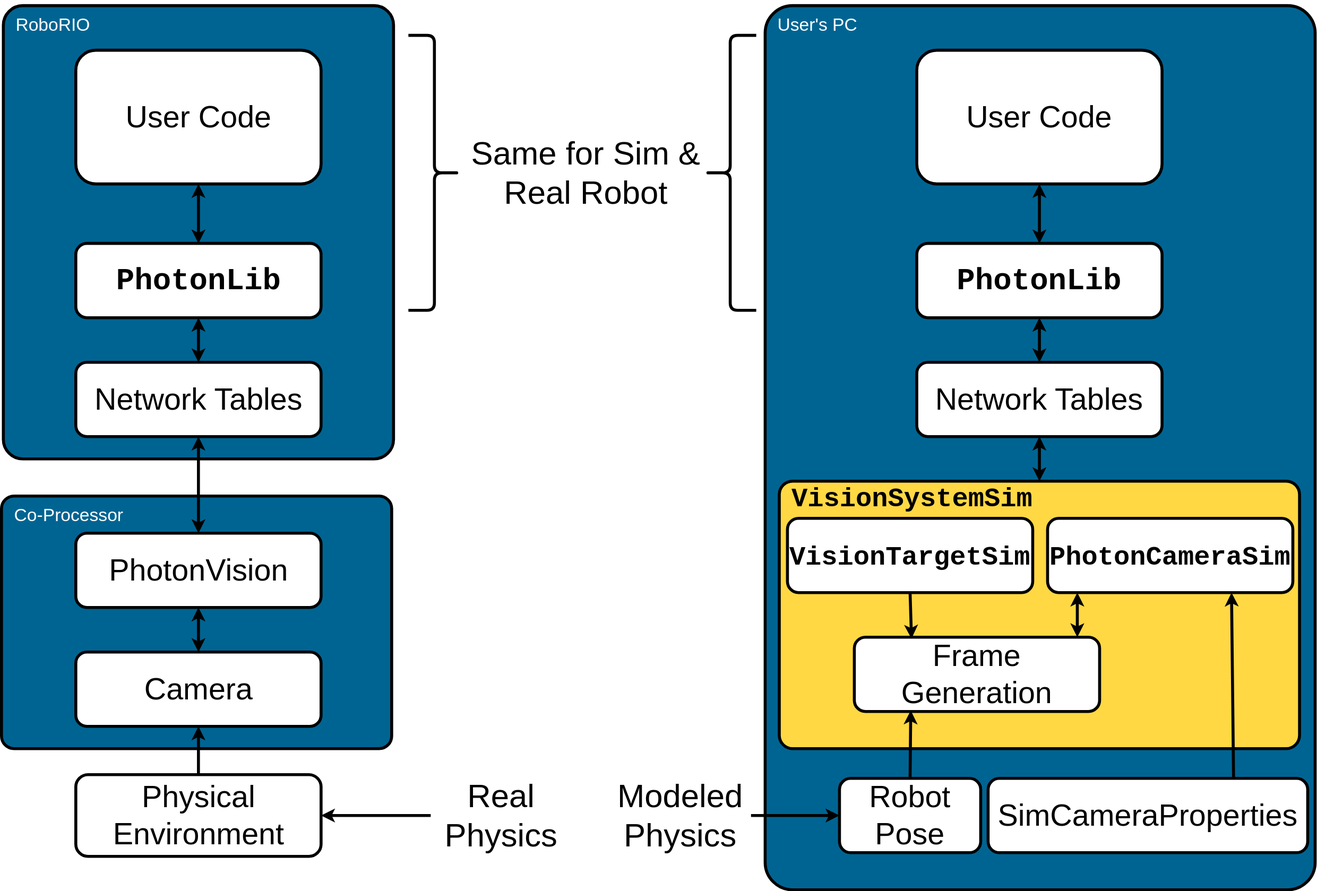
This is source/docs/programming/photonlib/images/SimArchitecture.svg from PhotonVision/photonvision-docs, a draw.io export, as it was before one commit. Source tidied: cells renumbered, new cells last; positions are measured from the earlier drawing's top-left corner, leaving out a move shared by most shapes. The source it was exported from:
```xml
<mxGraphModel background="#ffffff">
  <root>
    <mxCell id="0" />
    <mxCell id="1" parent="0" />
    <mxCell id="2" value="&lt;font style=&quot;font-size: 24px&quot;&gt;User's PC&lt;/font&gt;" style="rounded=1;whiteSpace=wrap;html=1;shadow=0;glass=0;labelBackgroundColor=none;comic=0;sketch=0;strokeWidth=4;fontSize=44;align=left;arcSize=5;labelPosition=center;verticalLabelPosition=middle;verticalAlign=top;spacing=2;spacingLeft=15;spacingTop=-14;fillColor=#006492;fontColor=#FFFFFF;" parent="1" vertex="1">
      <mxGeometry x="1028" width="740" height="1190" as="geometry" />
    </mxCell>
    <mxCell id="3" style="edgeStyle=orthogonalEdgeStyle;rounded=0;jettySize=auto;html=1;" parent="1" edge="1" source="4" target="20">
      <mxGeometry relative="1" as="geometry" />
    </mxCell>
    <mxCell id="4" value="&lt;b&gt;&lt;font style=&quot;font-size: 36px;&quot; face=&quot;Courier New&quot;&gt;VisionSystemSim&lt;/font&gt;&lt;/b&gt;" style="rounded=1;whiteSpace=wrap;html=1;shadow=0;glass=0;labelBackgroundColor=none;comic=0;sketch=0;strokeWidth=4;fontSize=44;align=left;arcSize=5;labelPosition=center;verticalLabelPosition=middle;verticalAlign=top;spacing=2;spacingLeft=15;spacingTop=-14;fillColor=#FFD843;" parent="1" vertex="1">
      <mxGeometry x="1047" y="640" width="700" height="360" as="geometry" />
    </mxCell>
    <mxCell id="5" value="&lt;font style=&quot;font-size: 24px&quot;&gt;Co-Processor&lt;/font&gt;" style="rounded=1;whiteSpace=wrap;html=1;shadow=0;glass=0;labelBackgroundColor=none;comic=0;sketch=0;strokeWidth=4;fontSize=44;align=left;fillColor=#006492;arcSize=5;labelPosition=center;verticalLabelPosition=middle;verticalAlign=top;spacing=2;spacingLeft=15;spacingTop=-14;fontColor=#FFFFFF;" parent="1" vertex="1">
      <mxGeometry x="0.5" y="660" width="525" height="340" as="geometry" />
    </mxCell>
    <mxCell id="6" value="&lt;font style=&quot;font-size: 24px&quot;&gt;RoboRIO&lt;/font&gt;" style="rounded=1;whiteSpace=wrap;html=1;shadow=0;glass=0;labelBackgroundColor=none;comic=0;sketch=0;strokeWidth=4;fontSize=44;align=left;fillColor=#006492;arcSize=5;labelPosition=center;verticalLabelPosition=middle;verticalAlign=top;spacing=2;spacingLeft=15;spacingTop=-14;fontColor=#FFFFFF;" parent="1" vertex="1">
      <mxGeometry x="3" width="525" height="610" as="geometry" />
    </mxCell>
    <mxCell id="7" value="Network Tables" style="rounded=1;whiteSpace=wrap;html=1;shadow=0;glass=0;labelBackgroundColor=none;comic=0;sketch=0;strokeWidth=4;fontSize=41;align=center;" parent="1" vertex="1">
      <mxGeometry x="100.5" y="480" width="330" height="100" as="geometry" />
    </mxCell>
    <mxCell id="8" value="&lt;b&gt;&lt;font face=&quot;Courier New&quot;&gt;PhotonLib&lt;/font&gt;&lt;/b&gt;" style="rounded=1;whiteSpace=wrap;html=1;shadow=0;glass=0;labelBackgroundColor=none;comic=0;sketch=0;strokeWidth=4;fontSize=41;align=center;" parent="1" vertex="1">
      <mxGeometry x="100.5" y="320" width="330" height="100" as="geometry" />
    </mxCell>
    <mxCell id="9" value="User Code" style="rounded=1;whiteSpace=wrap;html=1;shadow=0;glass=0;labelBackgroundColor=none;comic=0;sketch=0;strokeWidth=4;fontSize=41;align=center;" parent="1" vertex="1">
      <mxGeometry x="100.5" y="60" width="330" height="180" as="geometry" />
    </mxCell>
    <mxCell id="10" value="PhotonVision" style="rounded=1;whiteSpace=wrap;html=1;shadow=0;glass=0;labelBackgroundColor=none;comic=0;sketch=0;strokeWidth=4;fontSize=41;align=center;" parent="1" vertex="1">
      <mxGeometry x="100.5" y="710" width="330" height="100" as="geometry" />
    </mxCell>
    <mxCell id="11" value="Camera" style="rounded=1;whiteSpace=wrap;html=1;shadow=0;glass=0;labelBackgroundColor=none;comic=0;sketch=0;strokeWidth=4;fontSize=41;align=center;" parent="1" vertex="1">
      <mxGeometry x="100.5" y="870" width="330" height="100" as="geometry" />
    </mxCell>
    <mxCell id="12" value="Physical Environment" style="rounded=1;whiteSpace=wrap;html=1;shadow=0;glass=0;labelBackgroundColor=none;comic=0;sketch=0;strokeWidth=4;fontSize=41;align=center;" parent="1" vertex="1">
      <mxGeometry x="100.5" y="1035" width="330" height="110" as="geometry" />
    </mxCell>
    <mxCell id="13" value="&lt;b&gt;&lt;font style=&quot;font-size: 36px;&quot; face=&quot;Courier New&quot;&gt;PhotonCameraSim&lt;/font&gt;&lt;/b&gt;" style="rounded=1;whiteSpace=wrap;html=1;shadow=0;glass=0;labelBackgroundColor=none;comic=0;sketch=0;strokeWidth=4;fontSize=41;align=center;" parent="1" vertex="1">
      <mxGeometry x="1408" y="690" width="330" height="100" as="geometry" />
    </mxCell>
    <mxCell id="14" value="Frame Generation" style="rounded=1;whiteSpace=wrap;html=1;shadow=0;glass=0;labelBackgroundColor=none;comic=0;sketch=0;strokeWidth=4;fontSize=41;align=center;" parent="1" vertex="1">
      <mxGeometry x="1148" y="850" width="330" height="100" as="geometry" />
    </mxCell>
    <mxCell id="15" value="Robot Pose" style="rounded=1;whiteSpace=wrap;html=1;shadow=0;glass=0;labelBackgroundColor=none;comic=0;sketch=0;strokeWidth=4;fontSize=41;align=center;" parent="1" vertex="1">
      <mxGeometry x="1128" y="1040" width="190" height="100" as="geometry" />
    </mxCell>
    <mxCell id="16" value="SimCameraProperties" style="rounded=1;whiteSpace=wrap;html=1;shadow=0;glass=0;labelBackgroundColor=none;comic=0;sketch=0;strokeWidth=4;fontSize=41;align=center;" parent="1" vertex="1">
      <mxGeometry x="1328" y="1040" width="430" height="100" as="geometry" />
    </mxCell>
    <mxCell id="17" style="endArrow=classic;startArrow=classic;html=1;fontSize=44;strokeWidth=4;entryX=0.5;entryY=1;entryDx=0;entryDy=0;exitX=0.5;exitY=0;exitDx=0;exitDy=0;" parent="1" edge="1" source="10" target="7">
      <mxGeometry relative="1" as="geometry" />
    </mxCell>
    <mxCell id="18" style="endArrow=classic;startArrow=classic;html=1;fontSize=44;strokeWidth=4;entryX=0.5;entryY=1;entryDx=0;entryDy=0;exitX=0.5;exitY=0;exitDx=0;exitDy=0;" parent="1" edge="1" source="7" target="8">
      <mxGeometry relative="1" as="geometry" />
    </mxCell>
    <mxCell id="19" style="endArrow=classic;startArrow=classic;html=1;fontSize=44;strokeWidth=4;entryX=0.5;entryY=1;entryDx=0;entryDy=0;exitX=0.5;exitY=0;exitDx=0;exitDy=0;" parent="1" edge="1" source="8" target="9">
      <mxGeometry relative="1" as="geometry" />
    </mxCell>
    <mxCell id="20" value="Network Tables" style="rounded=1;whiteSpace=wrap;html=1;shadow=0;glass=0;labelBackgroundColor=none;comic=0;sketch=0;strokeWidth=4;fontSize=41;align=center;" parent="1" vertex="1">
      <mxGeometry x="1232" y="480" width="330" height="100" as="geometry" />
    </mxCell>
    <mxCell id="21" value="&lt;b&gt;&lt;font face=&quot;Courier New&quot;&gt;PhotonLib&lt;/font&gt;&lt;/b&gt;" style="rounded=1;whiteSpace=wrap;html=1;shadow=0;glass=0;labelBackgroundColor=none;comic=0;sketch=0;strokeWidth=4;fontSize=41;align=center;" parent="1" vertex="1">
      <mxGeometry x="1232" y="320" width="330" height="100" as="geometry" />
    </mxCell>
    <mxCell id="22" value="User Code" style="rounded=1;whiteSpace=wrap;html=1;shadow=0;glass=0;labelBackgroundColor=none;comic=0;sketch=0;strokeWidth=4;fontSize=41;align=center;" parent="1" vertex="1">
      <mxGeometry x="1232" y="60" width="330" height="180" as="geometry" />
    </mxCell>
    <mxCell id="23" style="endArrow=classic;startArrow=classic;html=1;fontSize=44;strokeWidth=4;entryX=0.5;entryY=1;entryDx=0;entryDy=0;exitX=0.5;exitY=0;exitDx=0;exitDy=0;" parent="1" edge="1" source="4" target="20">
      <mxGeometry relative="1" as="geometry" />
    </mxCell>
    <mxCell id="24" style="endArrow=classic;startArrow=classic;html=1;fontSize=44;strokeWidth=4;" parent="1" edge="1">
      <mxGeometry relative="1" as="geometry">
        <mxPoint x="1397" y="480" as="sourcePoint" />
        <mxPoint x="1397" y="420" as="targetPoint" />
      </mxGeometry>
    </mxCell>
    <mxCell id="25" style="endArrow=classic;startArrow=classic;html=1;fontSize=44;strokeWidth=4;entryX=0.5;entryY=1;entryDx=0;entryDy=0;exitX=0.5;exitY=0;exitDx=0;exitDy=0;" parent="1" edge="1" source="21" target="22">
      <mxGeometry relative="1" as="geometry" />
    </mxCell>
    <mxCell id="26" style="endArrow=classic;startArrow=classic;html=1;fontSize=44;strokeWidth=4;exitX=0.5;exitY=0;exitDx=0;exitDy=0;entryX=0.5;entryY=1;entryDx=0;entryDy=0;" parent="1" edge="1" source="11" target="10">
      <mxGeometry relative="1" as="geometry" />
    </mxCell>
    <mxCell id="27" style="endArrow=classic;startArrow=none;html=1;fontSize=44;strokeWidth=4;startFill=0;entryX=0.5;entryY=1;entryDx=0;entryDy=0;" parent="1" edge="1" source="12" target="11">
      <mxGeometry relative="1" as="geometry" />
    </mxCell>
    <mxCell id="28" style="endArrow=classic;startArrow=none;html=1;fontSize=44;strokeWidth=4;startFill=0;entryX=0.23;entryY=0.986;entryDx=0;entryDy=0;exitX=0.5;exitY=0;exitDx=0;exitDy=0;entryPerimeter=0;" parent="1" edge="1" source="15" target="14">
      <mxGeometry relative="1" as="geometry" />
    </mxCell>
    <mxCell id="29" value="Same for Sim &amp;amp; Real Robot" style="text;html=1;strokeColor=none;fillColor=none;align=center;verticalAlign=middle;whiteSpace=wrap;rounded=0;shadow=0;glass=0;labelBackgroundColor=none;comic=0;sketch=0;fontSize=44;" parent="1" vertex="1">
      <mxGeometry x="602" y="140" width="370" height="170" as="geometry" />
    </mxCell>
    <mxCell id="30" value="Modeled Physics" style="text;html=1;strokeColor=none;fillColor=none;align=center;verticalAlign=middle;whiteSpace=wrap;rounded=0;shadow=0;glass=0;labelBackgroundColor=none;comic=0;sketch=0;fontSize=44;" parent="1" vertex="1">
      <mxGeometry x="819" y="1005" width="190" height="170" as="geometry" />
    </mxCell>
    <mxCell id="31" value="Real Physics" style="text;html=1;strokeColor=none;fillColor=none;align=center;verticalAlign=middle;whiteSpace=wrap;rounded=0;shadow=0;glass=0;labelBackgroundColor=none;comic=0;sketch=0;fontSize=44;" parent="1" vertex="1">
      <mxGeometry x="578" y="1005" width="190" height="170" as="geometry" />
    </mxCell>
    <mxCell id="32" style="endArrow=classic;html=1;strokeWidth=4;fontSize=44;exitX=1;exitY=0.5;exitDx=0;exitDy=0;entryX=0;entryY=0.5;entryDx=0;entryDy=0;" parent="1" edge="1" source="30" target="15">
      <mxGeometry relative="1" as="geometry" />
    </mxCell>
    <mxCell id="33" style="endArrow=classic;html=1;strokeWidth=4;fontSize=44;exitX=0;exitY=0.5;exitDx=0;exitDy=0;entryX=1;entryY=0.5;entryDx=0;entryDy=0;" parent="1" edge="1" source="31" target="12">
      <mxGeometry relative="1" as="geometry" />
    </mxCell>
    <mxCell id="34" style="shape=curlyBracket;whiteSpace=wrap;html=1;rounded=1;shadow=0;glass=0;labelBackgroundColor=none;comic=0;sketch=0;strokeWidth=4;fillColor=#FFFF99;fontSize=44;align=left;" parent="1" vertex="1">
      <mxGeometry x="946" y="40" width="70" height="370" as="geometry" />
    </mxCell>
    <mxCell id="35" style="shape=curlyBracket;whiteSpace=wrap;html=1;rounded=1;shadow=0;glass=0;labelBackgroundColor=none;comic=0;sketch=0;strokeWidth=4;fillColor=#FFFF99;fontSize=44;align=left;rotation=-180;" parent="1" vertex="1">
      <mxGeometry x="548" y="40" width="70" height="370" as="geometry" />
    </mxCell>
    <mxCell id="36" value="&lt;font style=&quot;font-size: 36px;&quot; face=&quot;Courier New&quot;&gt;&lt;b&gt;VisionTargetSim&lt;/b&gt;&lt;/font&gt;" style="rounded=1;whiteSpace=wrap;html=1;shadow=0;glass=0;labelBackgroundColor=none;comic=0;sketch=0;strokeWidth=4;fontSize=41;align=center;" parent="1" vertex="1">
      <mxGeometry x="1058" y="690" width="330" height="100" as="geometry" />
    </mxCell>
    <mxCell id="37" style="endArrow=classic;startArrow=none;html=1;fontSize=44;strokeWidth=4;startFill=0;entryX=0.75;entryY=1;entryDx=0;entryDy=0;exitX=0.768;exitY=-0.003;exitDx=0;exitDy=0;exitPerimeter=0;" parent="1" edge="1" source="16" target="13">
      <mxGeometry relative="1" as="geometry" />
    </mxCell>
    <mxCell id="38" style="endArrow=classic;html=1;strokeWidth=4;fontSize=44;exitX=0.5;exitY=1;exitDx=0;exitDy=0;entryX=0.233;entryY=0.02;entryDx=0;entryDy=0;entryPerimeter=0;" parent="1" edge="1" source="36" target="14">
      <mxGeometry relative="1" as="geometry" />
    </mxCell>
    <mxCell id="39" style="endArrow=classic;startArrow=classic;html=1;fontSize=44;strokeWidth=4;entryX=0.5;entryY=1;entryDx=0;entryDy=0;exitX=0.5;exitY=0;exitDx=0;exitDy=0;" parent="1" edge="1">
      <mxGeometry relative="1" as="geometry">
        <mxPoint x="1448" y="850" as="sourcePoint" />
        <mxPoint x="1448" y="790" as="targetPoint" />
      </mxGeometry>
    </mxCell>
  </root>
</mxGraphModel>
```
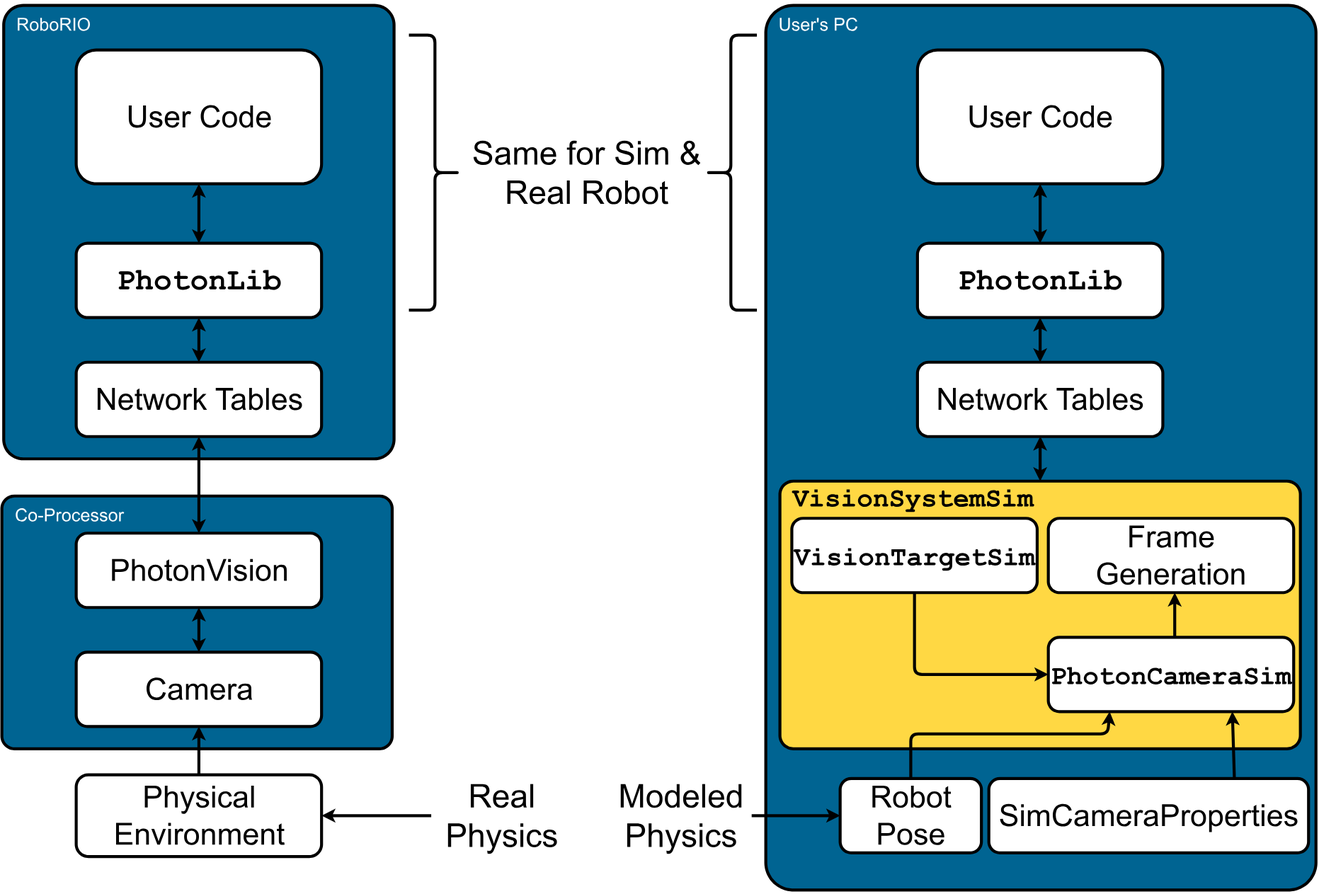
Above is the later version.

What changed in the source:
```diff
@@ -36,10 +36,10 @@
       <mxGeometry x="100.5" y="1035" width="330" height="110" as="geometry" />
     </mxCell>
     <mxCell id="13" value="&lt;b&gt;&lt;font style=&quot;font-size: 36px;&quot; face=&quot;Courier New&quot;&gt;PhotonCameraSim&lt;/font&gt;&lt;/b&gt;" style="rounded=1;whiteSpace=wrap;html=1;shadow=0;glass=0;labelBackgroundColor=none;comic=0;sketch=0;strokeWidth=4;fontSize=41;align=center;" parent="1" vertex="1">
-      <mxGeometry x="1408" y="690" width="330" height="100" as="geometry" />
+      <mxGeometry x="1408" y="850" width="330" height="100" as="geometry" />
     </mxCell>
     <mxCell id="14" value="Frame Generation" style="rounded=1;whiteSpace=wrap;html=1;shadow=0;glass=0;labelBackgroundColor=none;comic=0;sketch=0;strokeWidth=4;fontSize=41;align=center;" parent="1" vertex="1">
-      <mxGeometry x="1148" y="850" width="330" height="100" as="geometry" />
+      <mxGeometry x="1408" y="690" width="330" height="100" as="geometry" />
     </mxCell>
     <mxCell id="15" value="Robot Pose" style="rounded=1;whiteSpace=wrap;html=1;shadow=0;glass=0;labelBackgroundColor=none;comic=0;sketch=0;strokeWidth=4;fontSize=41;align=center;" parent="1" vertex="1">
       <mxGeometry x="1128" y="1040" width="190" height="100" as="geometry" />
@@ -83,8 +83,13 @@
     <mxCell id="27" style="endArrow=classic;startArrow=none;html=1;fontSize=44;strokeWidth=4;startFill=0;entryX=0.5;entryY=1;entryDx=0;entryDy=0;" parent="1" edge="1" source="12" target="11">
       <mxGeometry relative="1" as="geometry" />
     </mxCell>
-    <mxCell id="28" style="endArrow=classic;startArrow=none;html=1;fontSize=44;strokeWidth=4;startFill=0;entryX=0.23;entryY=0.986;entryDx=0;entryDy=0;exitX=0.5;exitY=0;exitDx=0;exitDy=0;entryPerimeter=0;" parent="1" edge="1" source="15" target="14">
-      <mxGeometry relative="1" as="geometry" />
+    <mxCell id="28" style="endArrow=classic;startArrow=none;html=1;fontSize=44;strokeWidth=4;startFill=0;exitX=0.5;exitY=0;exitDx=0;exitDy=0;entryX=0.25;entryY=1;entryDx=0;entryDy=0;" parent="1" edge="1" source="15" target="13">
+      <mxGeometry relative="1" as="geometry">
+        <Array as="points">
+          <mxPoint x="1223" y="980" />
+          <mxPoint x="1488" y="980" />
+        </Array>
+      </mxGeometry>
     </mxCell>
     <mxCell id="29" value="Same for Sim &amp;amp; Real Robot" style="text;html=1;strokeColor=none;fillColor=none;align=center;verticalAlign=middle;whiteSpace=wrap;rounded=0;shadow=0;glass=0;labelBackgroundColor=none;comic=0;sketch=0;fontSize=44;" parent="1" vertex="1">
       <mxGeometry x="602" y="140" width="370" height="170" as="geometry" />
@@ -108,19 +113,23 @@
       <mxGeometry x="548" y="40" width="70" height="370" as="geometry" />
     </mxCell>
     <mxCell id="36" value="&lt;font style=&quot;font-size: 36px;&quot; face=&quot;Courier New&quot;&gt;&lt;b&gt;VisionTargetSim&lt;/b&gt;&lt;/font&gt;" style="rounded=1;whiteSpace=wrap;html=1;shadow=0;glass=0;labelBackgroundColor=none;comic=0;sketch=0;strokeWidth=4;fontSize=41;align=center;" parent="1" vertex="1">
-      <mxGeometry x="1058" y="690" width="330" height="100" as="geometry" />
+      <mxGeometry x="1063" y="690" width="330" height="100" as="geometry" />
     </mxCell>
     <mxCell id="37" style="endArrow=classic;startArrow=none;html=1;fontSize=44;strokeWidth=4;startFill=0;entryX=0.75;entryY=1;entryDx=0;entryDy=0;exitX=0.768;exitY=-0.003;exitDx=0;exitDy=0;exitPerimeter=0;" parent="1" edge="1" source="16" target="13">
       <mxGeometry relative="1" as="geometry" />
     </mxCell>
-    <mxCell id="38" style="endArrow=classic;html=1;strokeWidth=4;fontSize=44;exitX=0.5;exitY=1;exitDx=0;exitDy=0;entryX=0.233;entryY=0.02;entryDx=0;entryDy=0;entryPerimeter=0;" parent="1" edge="1" source="36" target="14">
-      <mxGeometry relative="1" as="geometry" />
-    </mxCell>
-    <mxCell id="39" style="endArrow=classic;startArrow=classic;html=1;fontSize=44;strokeWidth=4;entryX=0.5;entryY=1;entryDx=0;entryDy=0;exitX=0.5;exitY=0;exitDx=0;exitDy=0;" parent="1" edge="1">
-      <mxGeometry relative="1" as="geometry">
-        <mxPoint x="1448" y="850" as="sourcePoint" />
-        <mxPoint x="1448" y="790" as="targetPoint" />
-      </mxGeometry>
-    </mxCell>
+    <mxCell id="40" style="endArrow=classic;startArrow=none;html=1;fontSize=44;strokeWidth=4;startFill=0;entryX=0.75;entryY=1;entryDx=0;entryDy=0;" parent="1" edge="1">
+      <mxGeometry relative="1" as="geometry">
+        <mxPoint x="1578" y="850" as="sourcePoint" />
+        <mxPoint x="1578" y="790" as="targetPoint" />
+      </mxGeometry>
+    </mxCell>
+    <mxCell id="41" style="endArrow=classic;startArrow=none;html=1;fontSize=44;strokeWidth=4;startFill=0;entryX=0;entryY=0.5;entryDx=0;entryDy=0;exitX=0.5;exitY=1;exitDx=0;exitDy=0;" parent="1" edge="1" source="36" target="13">
+      <mxGeometry relative="1" as="geometry">
+        <Array as="points">
+          <mxPoint x="1228" y="900" />
+        </Array>
+      </mxGeometry>
+    </mxCell>
   </root>
 </mxGraphModel>
```
